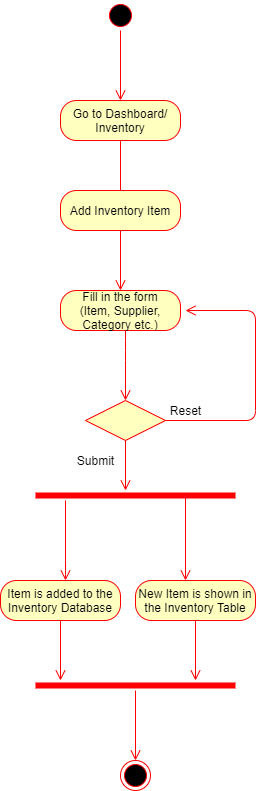
Above: Diagrams/Activity Diagrams FINAL/AC_17_Register Inventory Item.png in kkasharaj17/SE-project (draw.io), before the change. Source tidied: cells renumbered, new cells last; positions are measured from the earlier drawing's top-left corner, leaving out a move shared by most shapes. The source it was exported from:
```xml
<mxGraphModel>
  <root>
    <mxCell id="0" />
    <mxCell id="1" parent="0" />
    <mxCell id="2" style="ellipse;html=1;shape=startState;fillColor=#000000;strokeColor=#ff0000;" parent="1" vertex="1">
      <mxGeometry x="105" width="30" height="30" as="geometry" />
    </mxCell>
    <mxCell id="3" style="edgeStyle=orthogonalEdgeStyle;html=1;verticalAlign=bottom;endArrow=open;endSize=8;strokeColor=#ff0000;" parent="1" edge="1" source="2">
      <mxGeometry relative="1" as="geometry">
        <mxPoint x="120" y="100" as="targetPoint" />
      </mxGeometry>
    </mxCell>
    <mxCell id="4" value="Go to Dashboard/ Inventory" style="rounded=1;whiteSpace=wrap;html=1;arcSize=40;fontColor=#000000;fillColor=#ffffc0;strokeColor=#ff0000;" parent="1" vertex="1">
      <mxGeometry x="60" y="100" width="120" height="40" as="geometry" />
    </mxCell>
    <mxCell id="5" style="edgeStyle=orthogonalEdgeStyle;html=1;verticalAlign=bottom;endArrow=open;endSize=8;strokeColor=#ff0000;" parent="1" edge="1" source="4">
      <mxGeometry relative="1" as="geometry">
        <mxPoint x="120" y="200" as="targetPoint" />
      </mxGeometry>
    </mxCell>
    <mxCell id="6" value="Add Inventory Item" style="rounded=1;whiteSpace=wrap;html=1;arcSize=40;fontColor=#000000;fillColor=#ffffc0;strokeColor=#ff0000;" parent="1" vertex="1">
      <mxGeometry x="60" y="190" width="120" height="40" as="geometry" />
    </mxCell>
    <mxCell id="7" style="edgeStyle=orthogonalEdgeStyle;html=1;verticalAlign=bottom;endArrow=open;endSize=8;strokeColor=#ff0000;" parent="1" edge="1" source="6">
      <mxGeometry relative="1" as="geometry">
        <mxPoint x="120" y="290" as="targetPoint" />
      </mxGeometry>
    </mxCell>
    <mxCell id="8" value="Fill in the form&lt;br&gt;(Item, Supplier, Category etc.)" style="rounded=1;whiteSpace=wrap;html=1;arcSize=40;fontColor=#000000;fillColor=#ffffc0;strokeColor=#ff0000;" parent="1" vertex="1">
      <mxGeometry x="60" y="290" width="120" height="40" as="geometry" />
    </mxCell>
    <mxCell id="9" style="edgeStyle=orthogonalEdgeStyle;html=1;verticalAlign=bottom;endArrow=open;endSize=8;strokeColor=#ff0000;entryX=0.5;entryY=0;entryDx=0;entryDy=0;" parent="1" edge="1" source="8" target="10">
      <mxGeometry relative="1" as="geometry">
        <Array as="points">
          <mxPoint x="125" y="350" />
          <mxPoint x="125" y="350" />
        </Array>
      </mxGeometry>
    </mxCell>
    <mxCell id="10" style="rhombus;whiteSpace=wrap;html=1;fillColor=#ffffc0;strokeColor=#ff0000;" parent="1" vertex="1">
      <mxGeometry x="85" y="400" width="80" height="40" as="geometry" />
    </mxCell>
    <mxCell id="11" style="edgeStyle=orthogonalEdgeStyle;html=1;align=left;verticalAlign=bottom;endArrow=open;endSize=8;strokeColor=#ff0000;" parent="1" edge="1" source="10">
      <mxGeometry x="-1" relative="1" as="geometry">
        <mxPoint x="185" y="310" as="targetPoint" />
        <Array as="points">
          <mxPoint x="255" y="420" />
          <mxPoint x="255" y="310" />
        </Array>
      </mxGeometry>
    </mxCell>
    <mxCell id="12" style="edgeStyle=orthogonalEdgeStyle;html=1;align=left;verticalAlign=top;endArrow=open;endSize=8;strokeColor=#ff0000;" parent="1" edge="1" source="10">
      <mxGeometry x="1" y="50" relative="1" as="geometry">
        <mxPoint x="125" y="490" as="targetPoint" />
        <mxPoint x="-10" y="30" as="offset" />
      </mxGeometry>
    </mxCell>
    <mxCell id="13" value="Reset" style="text;html=1;align=center;verticalAlign=middle;" parent="1" vertex="1">
      <mxGeometry x="160" y="400" width="50" height="20" as="geometry" />
    </mxCell>
    <mxCell id="14" value="Submit" style="text;html=1;align=center;verticalAlign=middle;" parent="1" vertex="1">
      <mxGeometry x="70" y="450" width="50" height="20" as="geometry" />
    </mxCell>
    <mxCell id="15" style="shape=line;html=1;strokeWidth=6;strokeColor=#ff0000;" parent="1" vertex="1">
      <mxGeometry x="35" y="490" width="200" height="10" as="geometry" />
    </mxCell>
    <mxCell id="16" style="edgeStyle=orthogonalEdgeStyle;html=1;verticalAlign=bottom;endArrow=open;endSize=8;strokeColor=#ff0000;" parent="1" edge="1" source="15">
      <mxGeometry relative="1" as="geometry">
        <mxPoint x="65" y="580" as="targetPoint" />
        <Array as="points">
          <mxPoint x="65" y="570" />
        </Array>
      </mxGeometry>
    </mxCell>
    <mxCell id="17" style="edgeStyle=orthogonalEdgeStyle;html=1;verticalAlign=bottom;endArrow=open;endSize=8;strokeColor=#ff0000;exitX=0.75;exitY=0.5;exitDx=0;exitDy=0;exitPerimeter=0;" parent="1" edge="1" source="15">
      <mxGeometry relative="1" as="geometry">
        <mxPoint x="185" y="580" as="targetPoint" />
        <Array as="points">
          <mxPoint x="185" y="580" />
          <mxPoint x="185" y="580" />
        </Array>
      </mxGeometry>
    </mxCell>
    <mxCell id="18" value="Item is added to the Inventory Database" style="rounded=1;whiteSpace=wrap;html=1;arcSize=40;fontColor=#000000;fillColor=#ffffc0;strokeColor=#ff0000;" parent="1" vertex="1">
      <mxGeometry y="580" width="120" height="40" as="geometry" />
    </mxCell>
    <mxCell id="19" style="edgeStyle=orthogonalEdgeStyle;html=1;verticalAlign=bottom;endArrow=open;endSize=8;strokeColor=#ff0000;" parent="1" edge="1" source="18">
      <mxGeometry relative="1" as="geometry">
        <mxPoint x="60" y="680" as="targetPoint" />
      </mxGeometry>
    </mxCell>
    <mxCell id="20" value="New Item is shown in the Inventory Table" style="rounded=1;whiteSpace=wrap;html=1;arcSize=40;fontColor=#000000;fillColor=#ffffc0;strokeColor=#ff0000;" parent="1" vertex="1">
      <mxGeometry x="135" y="580" width="120" height="40" as="geometry" />
    </mxCell>
    <mxCell id="21" style="edgeStyle=orthogonalEdgeStyle;html=1;verticalAlign=bottom;endArrow=open;endSize=8;strokeColor=#ff0000;" parent="1" edge="1" source="20">
      <mxGeometry relative="1" as="geometry">
        <mxPoint x="195" y="680" as="targetPoint" />
      </mxGeometry>
    </mxCell>
    <mxCell id="22" style="shape=line;html=1;strokeWidth=6;strokeColor=#ff0000;" parent="1" vertex="1">
      <mxGeometry x="35" y="680" width="200" height="10" as="geometry" />
    </mxCell>
    <mxCell id="23" style="edgeStyle=orthogonalEdgeStyle;html=1;verticalAlign=bottom;endArrow=open;endSize=8;strokeColor=#ff0000;" parent="1" edge="1" source="22">
      <mxGeometry relative="1" as="geometry">
        <mxPoint x="135" y="760" as="targetPoint" />
      </mxGeometry>
    </mxCell>
    <mxCell id="24" style="ellipse;html=1;shape=endState;fillColor=#000000;strokeColor=#ff0000;" parent="1" vertex="1">
      <mxGeometry x="120" y="760" width="30" height="30" as="geometry" />
    </mxCell>
  </root>
</mxGraphModel>
```
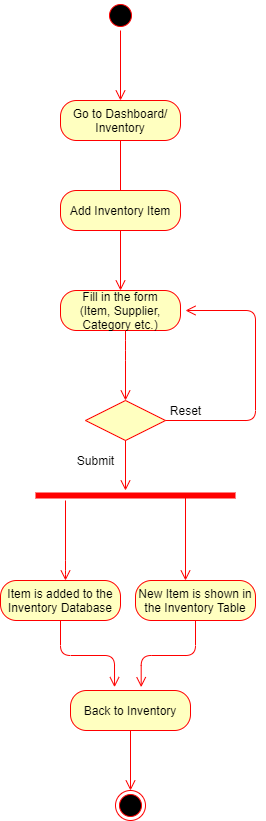
After the change.

What changed in the source:
```diff
@@ -84,29 +84,25 @@
     <mxCell id="18" value="Item is added to the Inventory Database" style="rounded=1;whiteSpace=wrap;html=1;arcSize=40;fontColor=#000000;fillColor=#ffffc0;strokeColor=#ff0000;" parent="1" vertex="1">
       <mxGeometry y="580" width="120" height="40" as="geometry" />
     </mxCell>
-    <mxCell id="19" style="edgeStyle=orthogonalEdgeStyle;html=1;verticalAlign=bottom;endArrow=open;endSize=8;strokeColor=#ff0000;" parent="1" edge="1" source="18">
-      <mxGeometry relative="1" as="geometry">
-        <mxPoint x="60" y="680" as="targetPoint" />
-      </mxGeometry>
+    <mxCell id="19" style="edgeStyle=orthogonalEdgeStyle;html=1;verticalAlign=bottom;endArrow=open;endSize=8;strokeColor=#ff0000;entryX=0.367;entryY=-0.083;entryDx=0;entryDy=0;entryPerimeter=0;" parent="1" edge="1" source="18" target="25">
+      <mxGeometry relative="1" as="geometry" />
     </mxCell>
     <mxCell id="20" value="New Item is shown in the Inventory Table" style="rounded=1;whiteSpace=wrap;html=1;arcSize=40;fontColor=#000000;fillColor=#ffffc0;strokeColor=#ff0000;" parent="1" vertex="1">
       <mxGeometry x="135" y="580" width="120" height="40" as="geometry" />
     </mxCell>
-    <mxCell id="21" style="edgeStyle=orthogonalEdgeStyle;html=1;verticalAlign=bottom;endArrow=open;endSize=8;strokeColor=#ff0000;" parent="1" edge="1" source="20">
-      <mxGeometry relative="1" as="geometry">
-        <mxPoint x="195" y="680" as="targetPoint" />
-      </mxGeometry>
+    <mxCell id="21" style="edgeStyle=orthogonalEdgeStyle;html=1;verticalAlign=bottom;endArrow=open;endSize=8;strokeColor=#ff0000;entryX=0.589;entryY=-0.083;entryDx=0;entryDy=0;entryPerimeter=0;" parent="1" edge="1" source="20" target="25">
+      <mxGeometry relative="1" as="geometry" />
     </mxCell>
-    <mxCell id="22" style="shape=line;html=1;strokeWidth=6;strokeColor=#ff0000;" parent="1" vertex="1">
-      <mxGeometry x="35" y="680" width="200" height="10" as="geometry" />
-    </mxCell>
-    <mxCell id="23" style="edgeStyle=orthogonalEdgeStyle;html=1;verticalAlign=bottom;endArrow=open;endSize=8;strokeColor=#ff0000;" parent="1" edge="1" source="22">
-      <mxGeometry relative="1" as="geometry">
-        <mxPoint x="135" y="760" as="targetPoint" />
-      </mxGeometry>
-    </mxCell>
     <mxCell id="24" style="ellipse;html=1;shape=endState;fillColor=#000000;strokeColor=#ff0000;" parent="1" vertex="1">
-      <mxGeometry x="120" y="760" width="30" height="30" as="geometry" />
+      <mxGeometry x="115" y="790" width="30" height="30" as="geometry" />
     </mxCell>
+    <mxCell id="25" value="Back to Inventory" style="rounded=1;whiteSpace=wrap;html=1;arcSize=40;fontColor=#000000;fillColor=#ffffc0;strokeColor=#ff0000;" parent="1" vertex="1">
+      <mxGeometry x="70" y="690" width="120" height="40" as="geometry" />
+    </mxCell>
+    <mxCell id="26" style="edgeStyle=orthogonalEdgeStyle;html=1;verticalAlign=bottom;endArrow=open;endSize=8;strokeColor=#ff0000;" parent="1" edge="1" source="25">
+      <mxGeometry relative="1" as="geometry">
+        <mxPoint x="130" y="790" as="targetPoint" />
+      </mxGeometry>
+    </mxCell>
   </root>
 </mxGraphModel>
```
